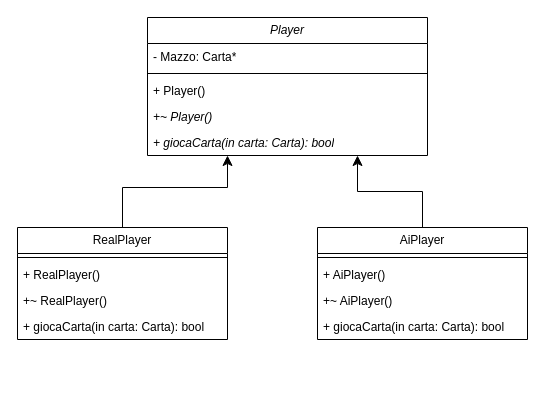
Above: gestionePlayer.drawio in shyti20/Progetto_Cpp_Briscola (draw.io), before the change. Source tidied: cells renumbered, new cells numbered last; positions are measured from the earlier drawing's top-left corner, leaving out a move shared by most shapes. Both pictures are drawn from the tidied source at 100%, with x=0, y=0 at pixel (17, 17).
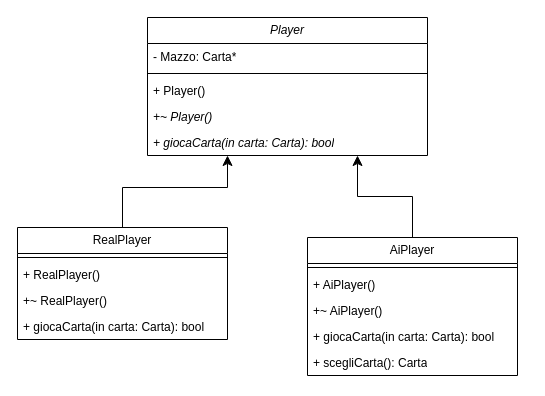
After the change.

Commit message:
aggiunto metodo

Diff of the diagram source:
```diff
@@
     <mxCell id="15" value="&lt;div&gt;AiPlayer&lt;/div&gt;" style="swimlane;fontStyle=0;horizontal=1;startSize=26;fillColor=none;whiteSpace=wrap;html=1;" parent="1" vertex="1">
-      <mxGeometry x="300" y="210" width="210" height="112" as="geometry" />
+      <mxGeometry x="290" y="220" width="210" height="138" as="geometry" />
     </mxCell>
@@
+    <mxCell id="20" value="+ scegliCarta(): Carta" style="text;strokeColor=none;fillColor=none;align=left;verticalAlign=top;spacingLeft=4;spacingRight=4;overflow=hidden;whiteSpace=wrap;html=1;" parent="15" vertex="1">
+      <mxGeometry y="112" width="210" height="26" as="geometry" />
+    </mxCell>
```
